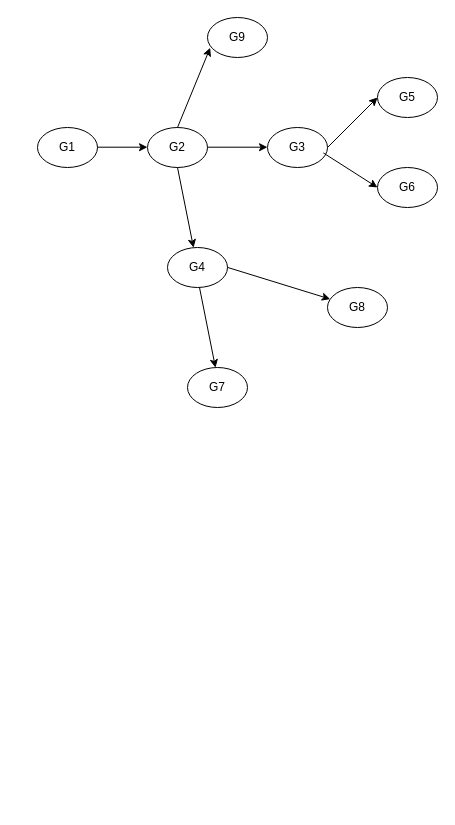
This is Untitled Diagram.drawio from zhangwm1987/mydraw_io, a draw.io file, before an edit. Source tidied: cells renumbered, new cells numbered last; positions are measured from the earlier drawing's top-left corner, leaving out a move shared by most shapes. Both pictures are drawn from the tidied source at 100%, with x=0, y=0 at pixel (37, 17).
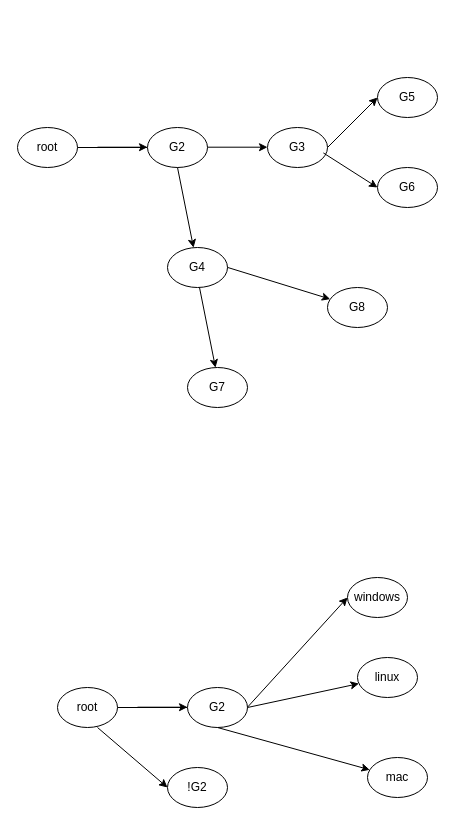
The same diagram, later.

Unchanged cells that the change refers to:
```xml
<mxCell id="3" value="G2" style="ellipse;whiteSpace=wrap;html=1;" parent="1" vertex="1">
  <mxGeometry x="110" y="110" width="60" height="40" as="geometry" />
</mxCell>
```

Diff of the diagram source:
```diff
@@
-    <mxCell id="2" value="G1" style="ellipse;whiteSpace=wrap;html=1;" parent="1" vertex="1">
-      <mxGeometry y="110" width="60" height="40" as="geometry" />
-    </mxCell>
+    <mxCell id="19" style="edgeStyle=orthogonalEdgeStyle;rounded=0;jettySize=auto;html=1;" parent="1" edge="1" source="3">
+      <mxGeometry relative="1" as="geometry">
+        <mxPoint x="30" y="130" as="targetPoint" />
+      </mxGeometry>
+    </mxCell>
@@
-    <mxCell id="17" value="G9" style="ellipse;whiteSpace=wrap;html=1;" parent="1" vertex="1">
-      <mxGeometry x="170" width="60" height="40" as="geometry" />
-    </mxCell>
-    <mxCell id="18" style="endArrow=classic;html=1;entryX=0.045;entryY=0.757;entryDx=0;entryDy=0;entryPerimeter=0;" parent="1" edge="1" target="17">
-      <mxGeometry relative="1" as="geometry">
-        <mxPoint x="140" y="110" as="sourcePoint" />
-      </mxGeometry>
-    </mxCell>
+    <mxCell id="20" value="root" style="ellipse;whiteSpace=wrap;html=1;" parent="1" vertex="1">
+      <mxGeometry x="-20" y="110" width="60" height="40" as="geometry" />
+    </mxCell>
+    <mxCell id="21" style="edgeStyle=orthogonalEdgeStyle;rounded=0;jettySize=auto;html=1;" parent="1" edge="1" source="22">
+      <mxGeometry relative="1" as="geometry">
+        <mxPoint x="70" y="690" as="targetPoint" />
+      </mxGeometry>
+    </mxCell>
+    <mxCell id="22" value="G2" style="ellipse;whiteSpace=wrap;html=1;" parent="1" vertex="1">
+      <mxGeometry x="150" y="670" width="60" height="40" as="geometry" />
+    </mxCell>
+    <mxCell id="23" value="windows" style="ellipse;whiteSpace=wrap;html=1;" parent="1" vertex="1">
+      <mxGeometry x="310" y="560" width="60" height="40" as="geometry" />
+    </mxCell>
+    <mxCell id="24" value="mac" style="ellipse;whiteSpace=wrap;html=1;" parent="1" vertex="1">
+      <mxGeometry x="330" y="740" width="60" height="40" as="geometry" />
+    </mxCell>
+    <mxCell id="25" style="endArrow=classic;html=1;" parent="1" edge="1" target="24">
+      <mxGeometry relative="1" as="geometry">
+        <mxPoint x="180" y="710" as="sourcePoint" />
+      </mxGeometry>
+    </mxCell>
+    <mxCell id="26" style="endArrow=classic;html=1;entryX=0;entryY=0.5;entryDx=0;entryDy=0;" parent="1" edge="1" target="23">
+      <mxGeometry relative="1" as="geometry">
+        <mxPoint x="210" y="689.7" as="sourcePoint" />
+      </mxGeometry>
+    </mxCell>
+    <mxCell id="27" style="endArrow=classic;html=1;" parent="1" edge="1">
+      <mxGeometry relative="1" as="geometry">
+        <mxPoint x="100" y="689.7" as="sourcePoint" />
+        <mxPoint x="150" y="689.7" as="targetPoint" />
+      </mxGeometry>
+    </mxCell>
+    <mxCell id="28" value="linux" style="ellipse;whiteSpace=wrap;html=1;" parent="1" vertex="1">
+      <mxGeometry x="320" y="640" width="60" height="40" as="geometry" />
+    </mxCell>
+    <mxCell id="29" style="endArrow=classic;html=1;" parent="1" edge="1" target="28">
+      <mxGeometry relative="1" as="geometry">
+        <mxPoint x="210" y="690" as="sourcePoint" />
+      </mxGeometry>
+    </mxCell>
+    <mxCell id="30" value="root" style="ellipse;whiteSpace=wrap;html=1;" parent="1" vertex="1">
+      <mxGeometry x="20" y="670" width="60" height="40" as="geometry" />
+    </mxCell>
+    <mxCell id="31" value="!G2" style="ellipse;whiteSpace=wrap;html=1;" parent="1" vertex="1">
+      <mxGeometry x="130" y="750" width="60" height="40" as="geometry" />
+    </mxCell>
+    <mxCell id="32" style="endArrow=classic;html=1;entryX=0;entryY=0.5;entryDx=0;entryDy=0;" parent="1" edge="1" target="31">
+      <mxGeometry relative="1" as="geometry">
+        <mxPoint x="60" y="710" as="sourcePoint" />
+      </mxGeometry>
+    </mxCell>
```
